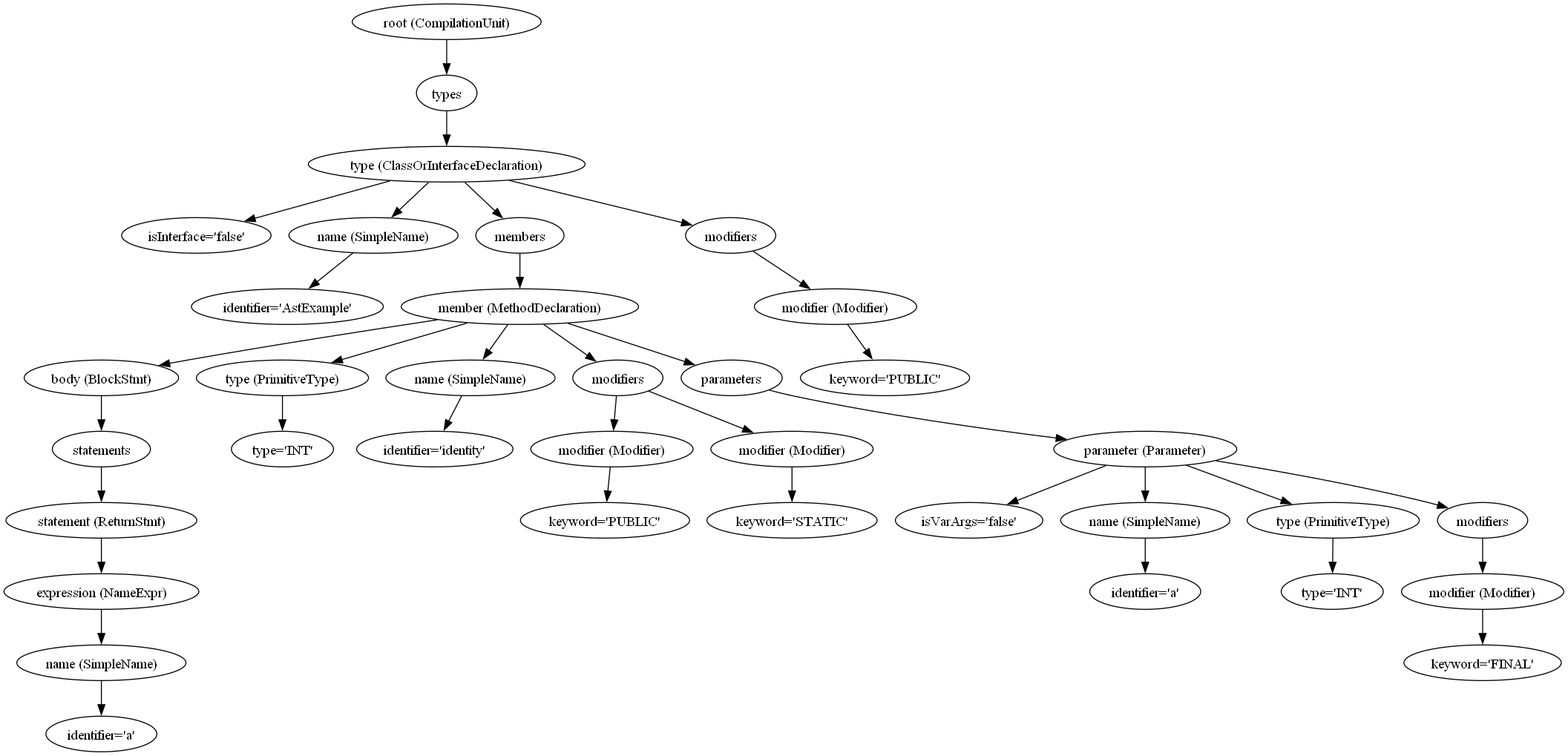
kevin0x90/ast-sample-java-parser keeps this Graphviz diagram as ast.png. Above is the earlier version. Its source is kept beside it as ast.dot.
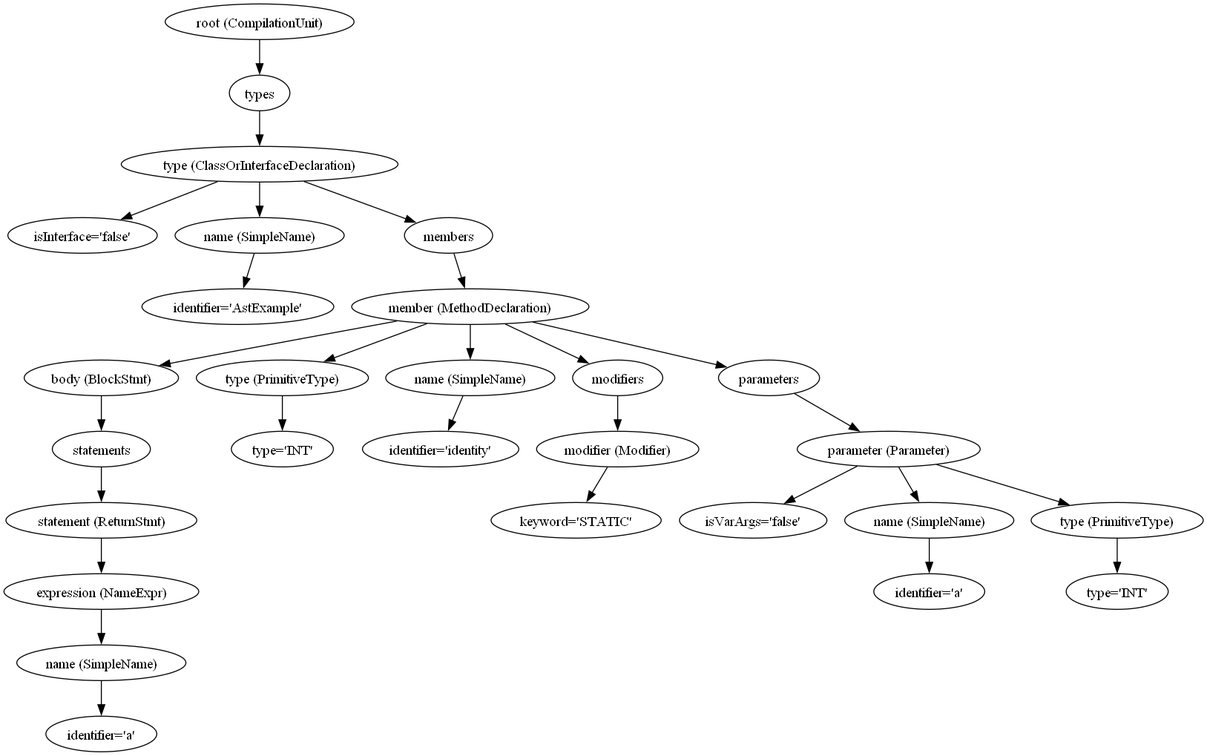
After the change.

The edit, as a diff of the source:
```diff
@@ -38,36 +38,20 @@
 n7 -> n18;
 n19 [label="modifier (Modifier)"];
 n18 -> n19;
-n20 [label="keyword='PUBLIC'"];
+n20 [label="keyword='STATIC'"];
 n19 -> n20;
-n21 [label="modifier (Modifier)"];
-n18 -> n21;
-n22 [label="keyword='STATIC'"];
+n21 [label="parameters"];
+n7 -> n21;
+n22 [label="parameter (Parameter)"];
 n21 -> n22;
-n23 [label="parameters"];
-n7 -> n23;
-n24 [label="parameter (Parameter)"];
-n23 -> n24;
-n25 [label="isVarArgs='false'"];
+n23 [label="isVarArgs='false'"];
+n22 -> n23;
+n24 [label="name (SimpleName)"];
+n22 -> n24;
+n25 [label="identifier='a'"];
 n24 -> n25;
-n26 [label="name (SimpleName)"];
-n24 -> n26;
-n27 [label="identifier='a'"];
+n26 [label="type (PrimitiveType)"];
+n22 -> n26;
+n27 [label="type='INT'"];
 n26 -> n27;
-n28 [label="type (PrimitiveType)"];
-n24 -> n28;
-n29 [label="type='INT'"];
-n28 -> n29;
-n30 [label="modifiers"];
-n24 -> n30;
-n31 [label="modifier (Modifier)"];
-n30 -> n31;
-n32 [label="keyword='FINAL'"];
-n31 -> n32;
-n33 [label="modifiers"];
-n2 -> n33;
-n34 [label="modifier (Modifier)"];
-n33 -> n34;
-n35 [label="keyword='PUBLIC'"];
-n34 -> n35;
 }
```
